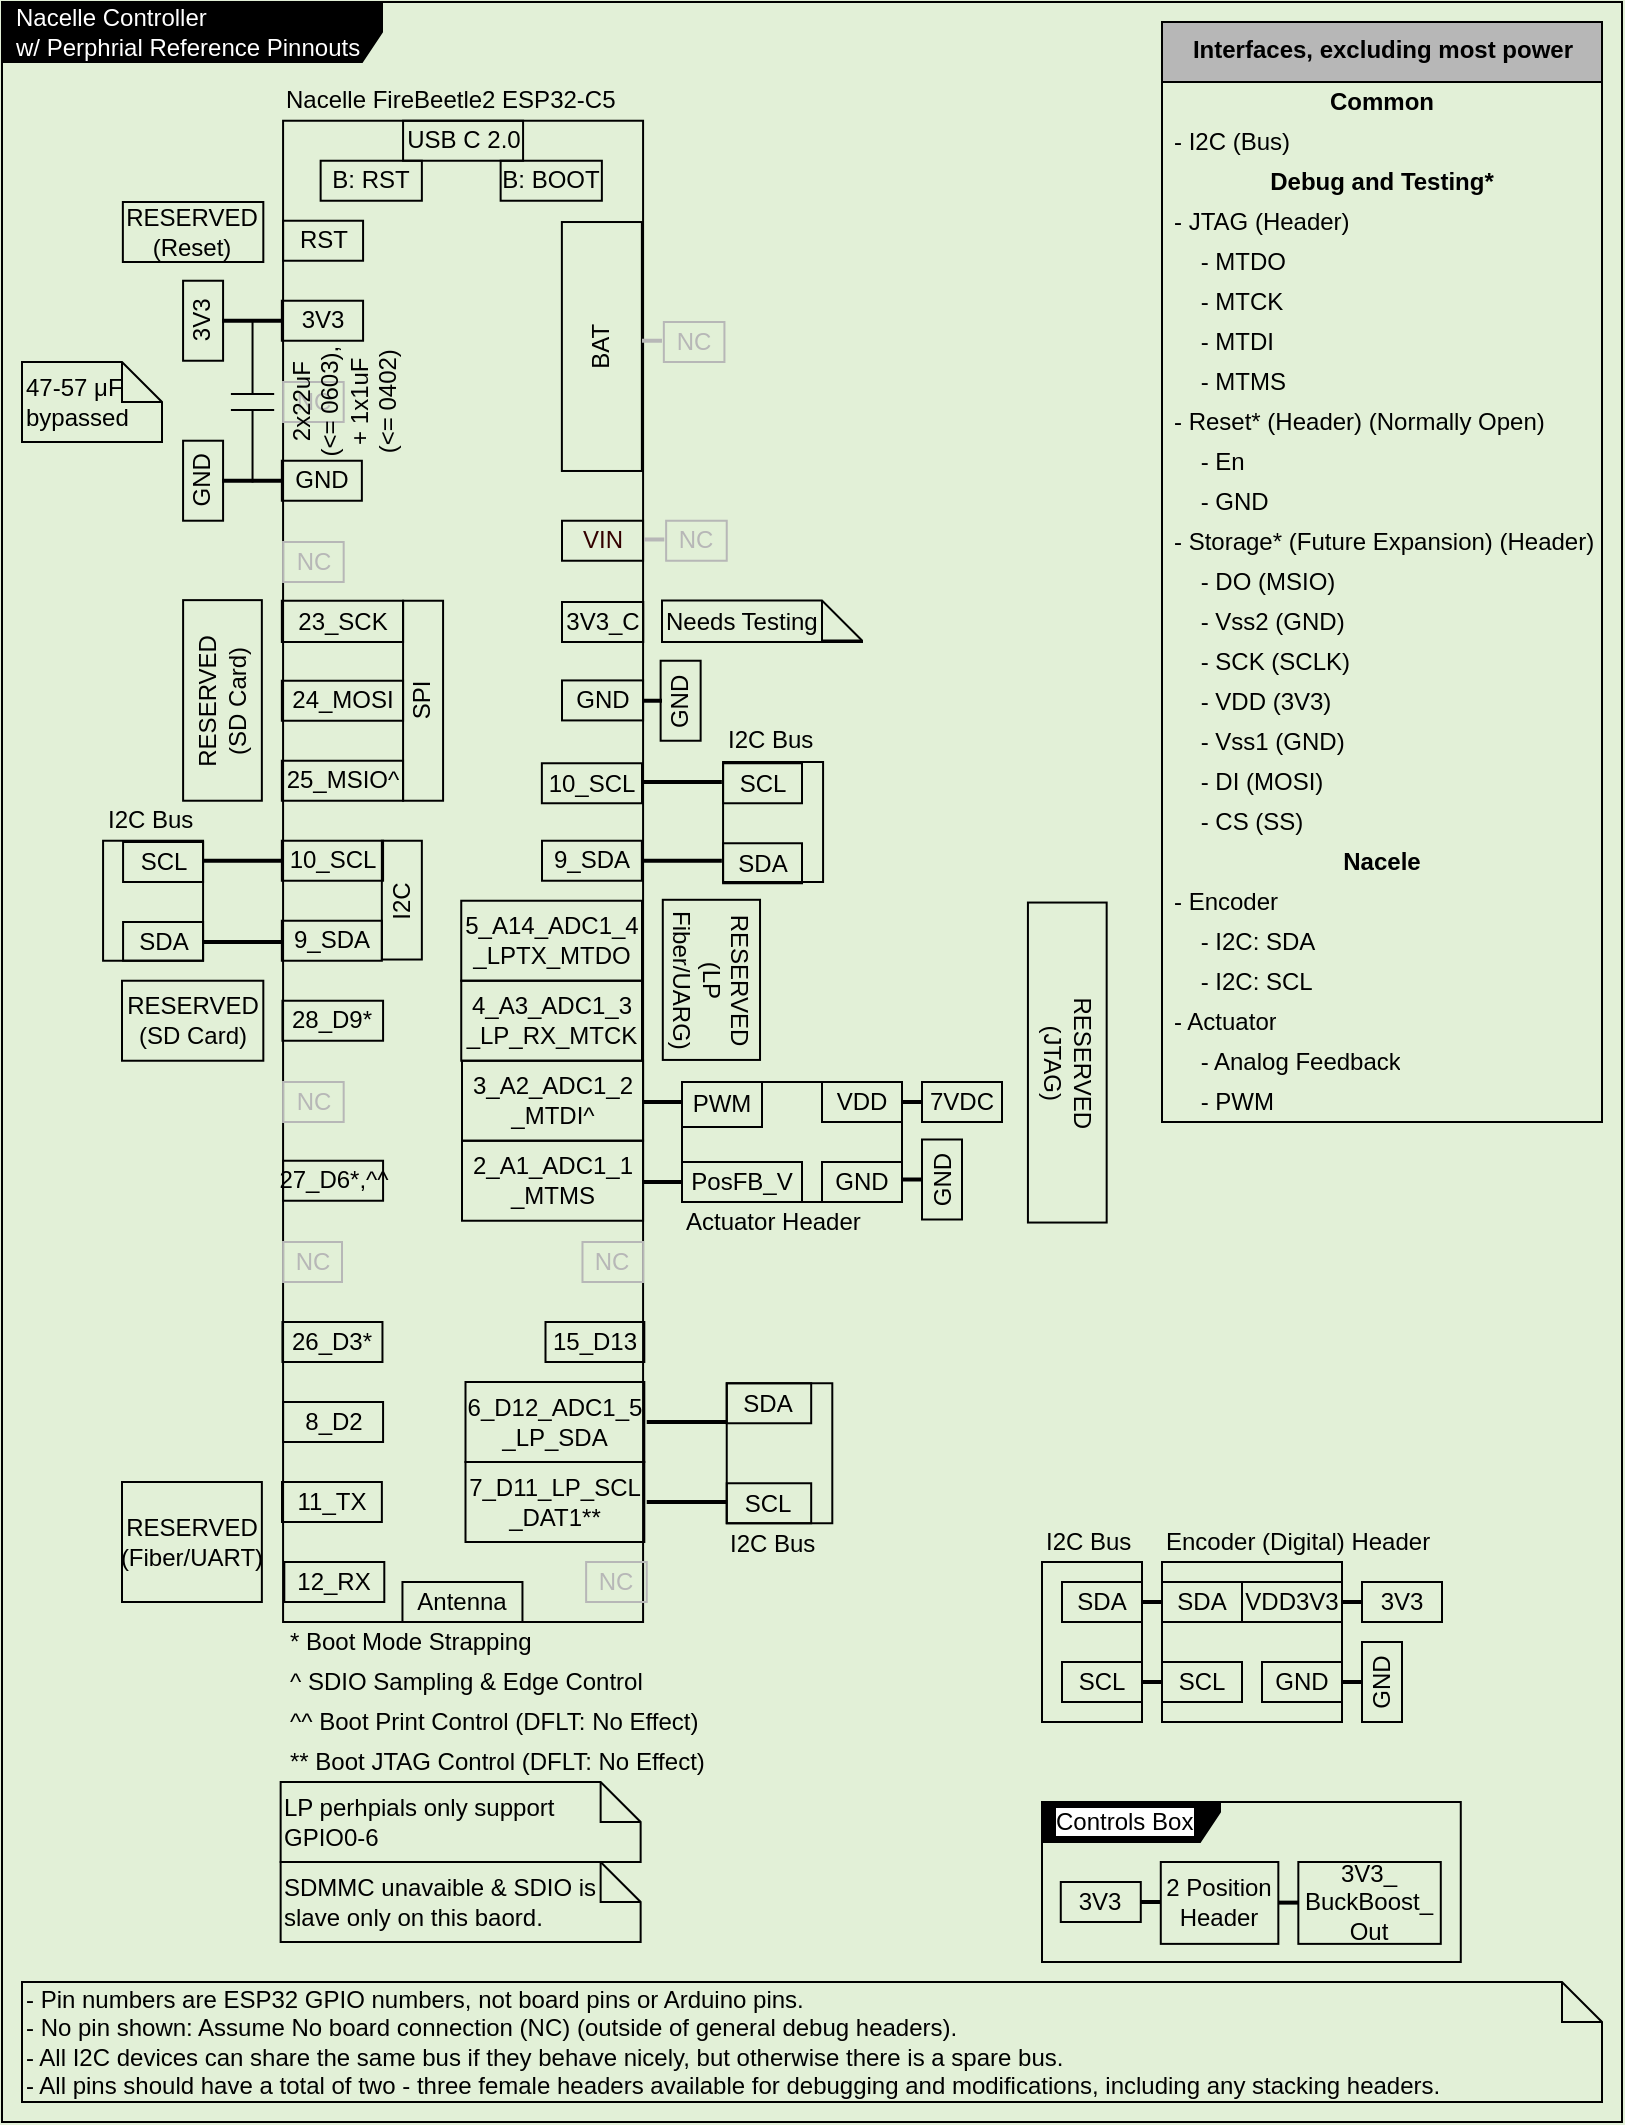
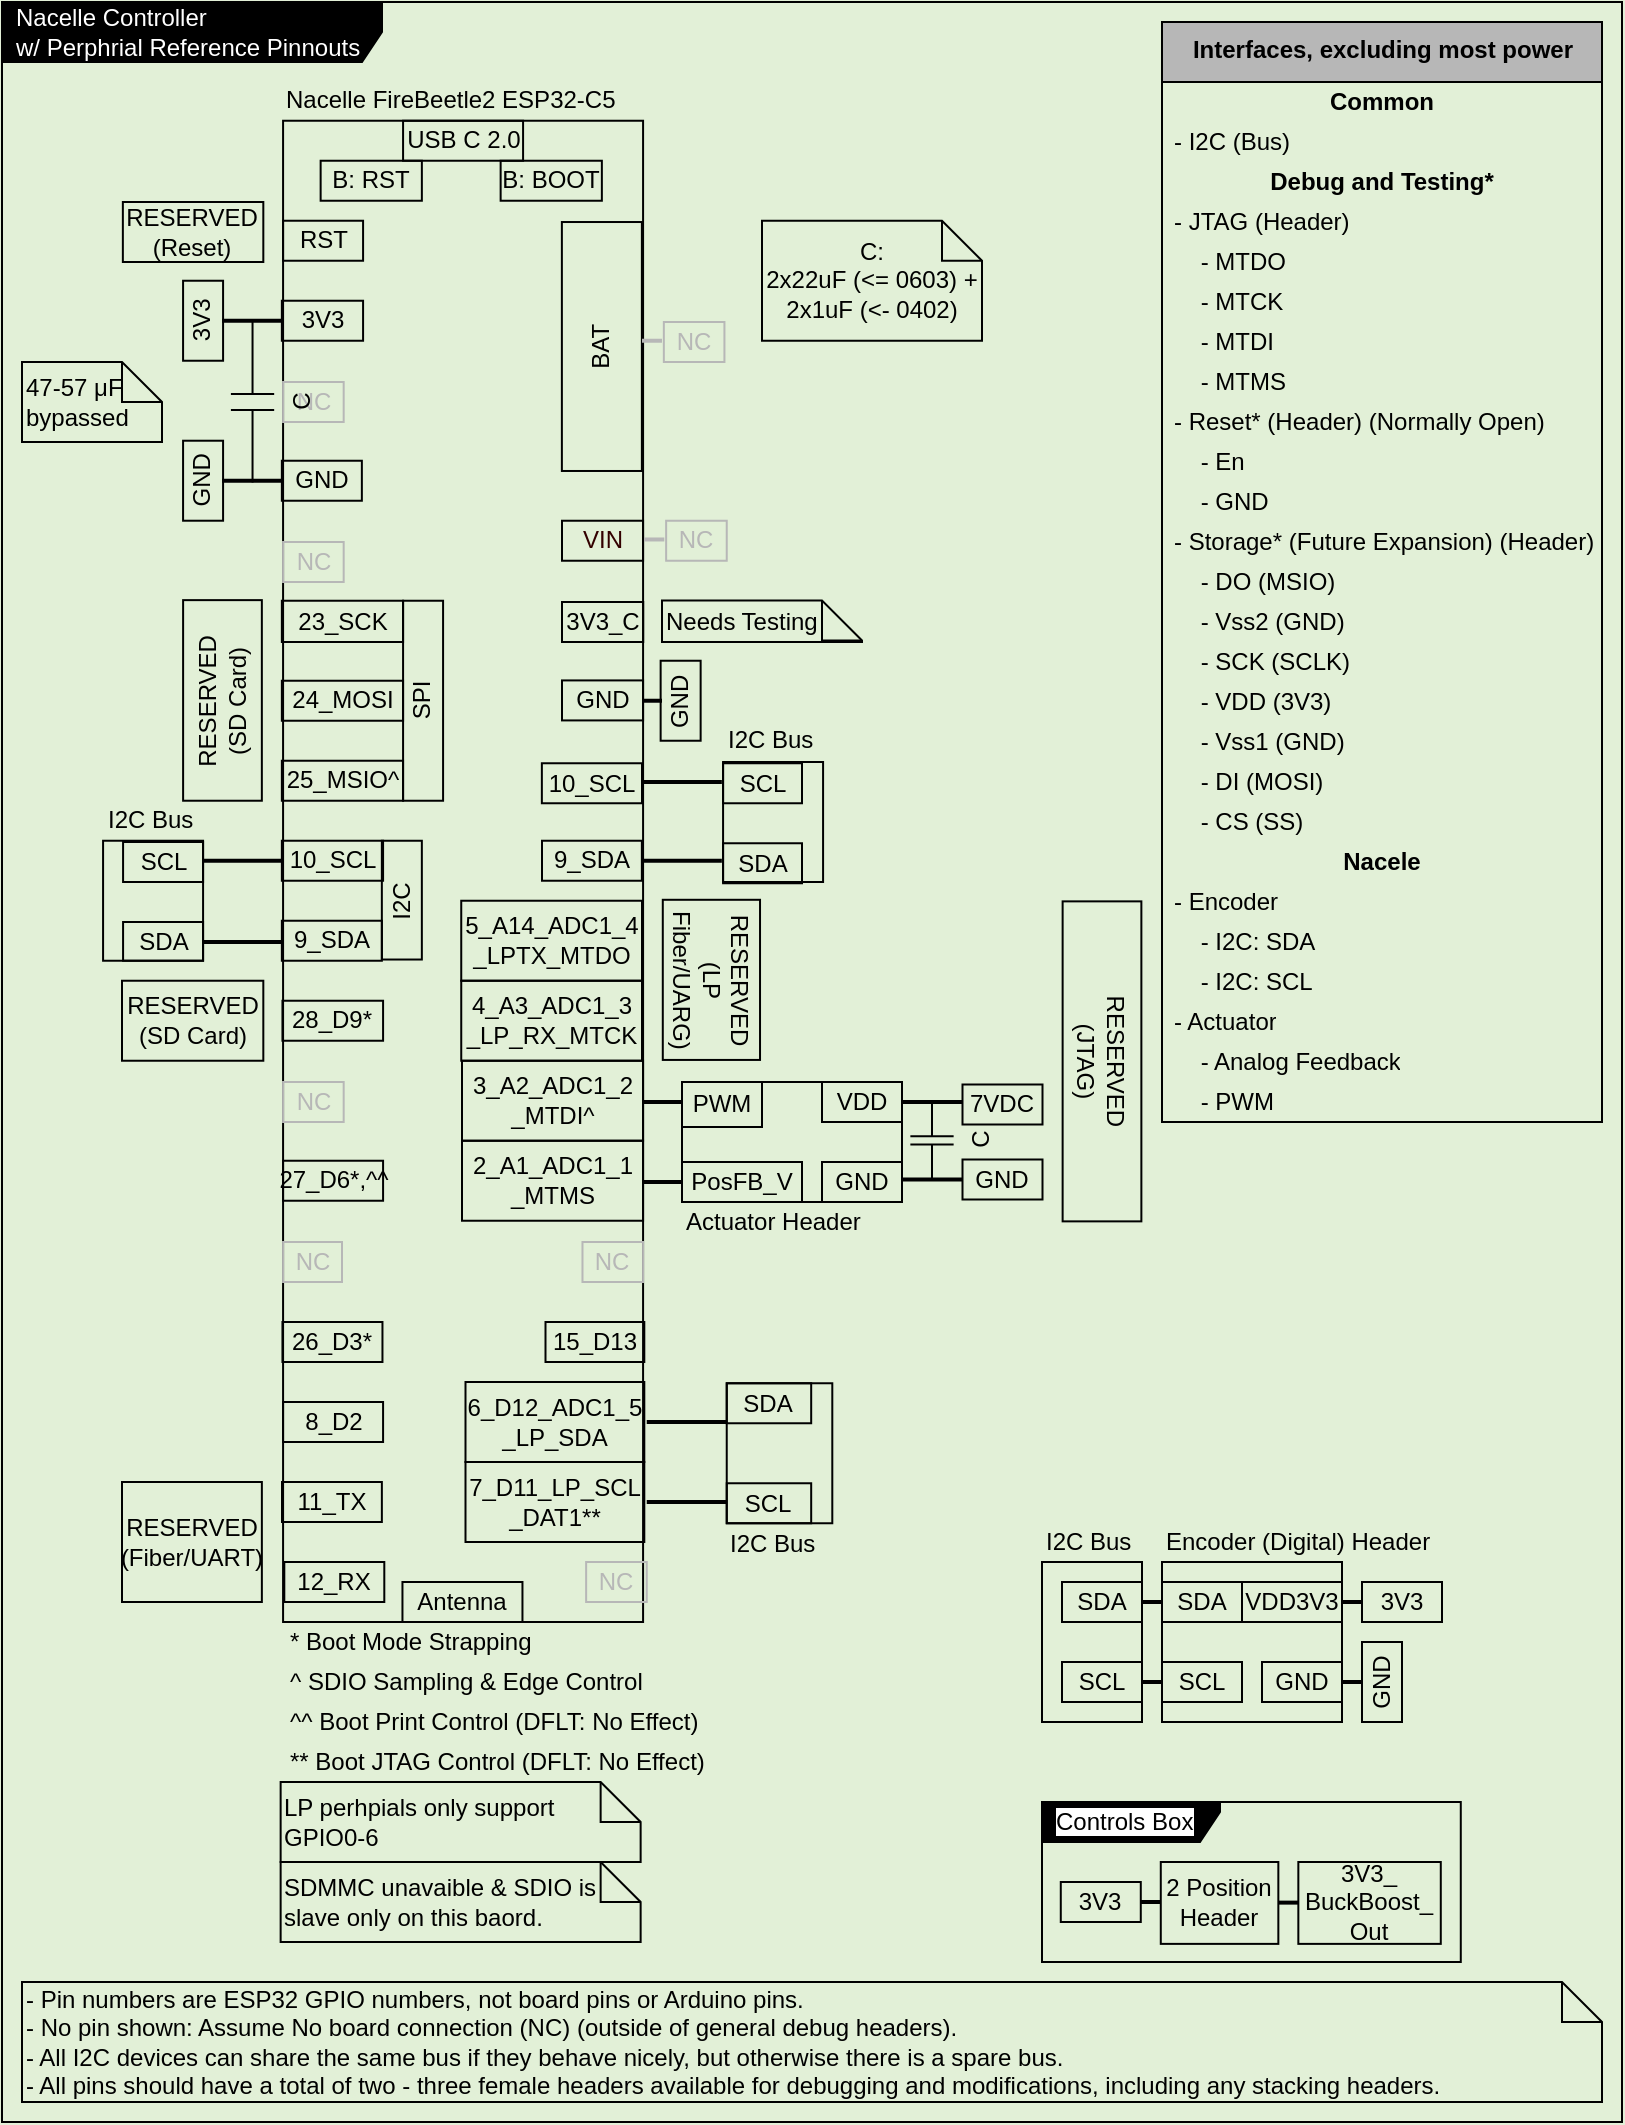
<mxfile host="65bd71144e">
    <diagram id="xW1vHMj48wwB0oUlumkL" name="Page-1">
-         <mxGraphModel dx="369" dy="301" grid="1" gridSize="10" guides="1" tooltips="1" connect="1" arrows="1" fold="1" page="1" pageScale="1" pageWidth="850" pageHeight="1100" background="#E2F0D7" math="0" shadow="0">
+         <mxGraphModel dx="610" dy="497" grid="1" gridSize="10" guides="1" tooltips="1" connect="1" arrows="1" fold="1" page="1" pageScale="1" pageWidth="850" pageHeight="1100" background="#E2F0D7" math="0" shadow="0">
            <root>
                <mxCell id="0"/>
                <mxCell id="1" parent="0"/>
                <mxCell id="521" value="&lt;font color=&quot;#ffffff&quot;&gt;Nacelle Controller&lt;br&gt;w/ Perphrial Reference Pinnouts&lt;/font&gt;" style="shape=umlFrame;whiteSpace=wrap;html=1;width=190;height=30;boundedLbl=1;verticalAlign=middle;align=left;spacingLeft=5;fontColor=#000000;strokeColor=#000000;fillColor=#000000;gradientColor=#000000;fillStyle=solid;movable=1;resizable=1;rotatable=1;deletable=1;editable=1;connectable=1;" parent="1" vertex="1">
                    <mxGeometry x="20" y="20" width="810" height="1060" as="geometry"/>
                </mxCell>
                <mxCell id="40" value="&lt;span style=&quot;color: rgba(0, 0, 0, 0); font-family: monospace; font-size: 0px; text-align: start;&quot;&gt;%3CmxGraphModel%3E%3Croot%3E%3CmxCell%20id%3D%220%22%2F%3E%3CmxCell%20id%3D%221%22%20parent%3D%220%22%2F%3E%3CmxCell%20id%3D%222%22%20value%3D%22Common%22%20style%3D%22text%3Bhtml%3D1%3BstrokeColor%3Dnone%3BfillColor%3Dnone%3Balign%3Dcenter%3BverticalAlign%3Dmiddle%3BspacingLeft%3D4%3BspacingRight%3D4%3Boverflow%3Dhidden%3Brotatable%3D0%3Bpoints%3D%5B%5B0%2C0.5%5D%2C%5B1%2C0.5%5D%5D%3BportConstraint%3Deastwest%3BfontColor%3D%23000000%3B%22%20vertex%3D%221%22%20parent%3D%221%22%3E%3CmxGeometry%20x%3D%22530%22%20y%3D%2280%22%20width%3D%22272.5%22%20height%3D%2220%22%20as%3D%22geometry%22%2F%3E%3C%2FmxCell%3E%3C%2Froot%3E%3C%2FmxGraphModel%3E&lt;/span&gt;" style="rounded=0;whiteSpace=wrap;html=1;fillColor=none;strokeColor=#000000;fontColor=#000000;" parent="1" vertex="1">
                    <mxGeometry x="160.54" y="79.37" width="180" height="750.63" as="geometry"/>
                </mxCell>
                <mxCell id="147" value="3V3" style="text;html=1;strokeColor=#000000;fillColor=none;align=center;verticalAlign=middle;whiteSpace=wrap;rounded=0;fontColor=#000000;rotation=-90;" parent="1" vertex="1">
                    <mxGeometry x="100.53999999999999" y="169.37" width="40" height="20" as="geometry"/>
                </mxCell>
                <mxCell id="41" value="RST" style="text;html=1;strokeColor=#000000;fillColor=none;align=center;verticalAlign=middle;whiteSpace=wrap;rounded=0;fontColor=#000000;" parent="1" vertex="1">
                    <mxGeometry x="160.54" y="129.37" width="40" height="20" as="geometry"/>
                </mxCell>
                <mxCell id="45" value="Nacelle FireBeetle2 ESP32-C5" style="text;html=1;strokeColor=none;fillColor=none;align=left;verticalAlign=middle;whiteSpace=wrap;rounded=0;fontColor=#000000;" parent="1" vertex="1">
                    <mxGeometry x="159.92999999999998" y="59.37" width="180.61" height="20" as="geometry"/>
                </mxCell>
                <mxCell id="46" value="3V3" style="text;html=1;strokeColor=#000000;fillColor=none;align=center;verticalAlign=middle;whiteSpace=wrap;rounded=0;fontColor=#000000;" parent="1" vertex="1">
                    <mxGeometry x="159.92999999999998" y="169.37" width="40.61" height="20" as="geometry"/>
                </mxCell>
                <mxCell id="50" value="GND" style="text;html=1;strokeColor=#000000;fillColor=none;align=center;verticalAlign=middle;whiteSpace=wrap;rounded=0;fontColor=#000000;" parent="1" vertex="1">
                    <mxGeometry x="159.92999999999998" y="249.37" width="40" height="20" as="geometry"/>
                </mxCell>
                <mxCell id="62" value="23_SCK" style="text;html=1;strokeColor=#000000;fillColor=none;align=center;verticalAlign=middle;whiteSpace=wrap;rounded=0;fontColor=#000000;" parent="1" vertex="1">
                    <mxGeometry x="159.92999999999998" y="319.37" width="60.61" height="20.63" as="geometry"/>
                </mxCell>
                <mxCell id="64" value="24_MOSI" style="text;html=1;strokeColor=#000000;fillColor=none;align=center;verticalAlign=middle;whiteSpace=wrap;rounded=0;fontColor=#000000;" parent="1" vertex="1">
                    <mxGeometry x="159.92999999999998" y="359.37" width="60.61" height="20" as="geometry"/>
                </mxCell>
                <mxCell id="66" value="25_MSIO^" style="text;html=1;strokeColor=#000000;fillColor=none;align=center;verticalAlign=middle;whiteSpace=wrap;rounded=0;fontColor=#000000;" parent="1" vertex="1">
                    <mxGeometry x="159.92999999999998" y="399.37" width="60.61" height="20" as="geometry"/>
                </mxCell>
                <mxCell id="69" value="10_SCL" style="text;html=1;strokeColor=#000000;fillColor=none;align=center;verticalAlign=middle;whiteSpace=wrap;rounded=0;fontColor=#000000;" parent="1" vertex="1">
                    <mxGeometry x="289.93" y="400.63" width="50.07" height="20" as="geometry"/>
                </mxCell>
                <mxCell id="71" value="9_SDA" style="text;html=1;strokeColor=#000000;fillColor=none;align=center;verticalAlign=middle;whiteSpace=wrap;rounded=0;fontColor=#000000;" parent="1" vertex="1">
                    <mxGeometry x="290" y="439.37" width="49.93" height="20" as="geometry"/>
                </mxCell>
                <mxCell id="73" value="5_A14_ADC1_4&lt;br&gt;_LPTX_MTDO" style="text;html=1;strokeColor=#000000;fillColor=none;align=center;verticalAlign=middle;whiteSpace=wrap;rounded=0;fontColor=#000000;" parent="1" vertex="1">
                    <mxGeometry x="249.62" y="469.37" width="90.38" height="40" as="geometry"/>
                </mxCell>
                <mxCell id="107" value="10_SCL" style="text;html=1;strokeColor=#000000;fillColor=none;align=center;verticalAlign=middle;whiteSpace=wrap;rounded=0;fontColor=#000000;" parent="1" vertex="1">
                    <mxGeometry x="159.92999999999998" y="439.37" width="50.61" height="20" as="geometry"/>
                </mxCell>
                <mxCell id="110" value="4_A3_ADC1_3&lt;br&gt;_LP_RX_MTCK" style="text;html=1;strokeColor=#000000;fillColor=none;align=center;verticalAlign=middle;whiteSpace=wrap;rounded=0;fontColor=#000000;" parent="1" vertex="1">
                    <mxGeometry x="249.62" y="509.37" width="90.38" height="40" as="geometry"/>
                </mxCell>
                <mxCell id="111" value="9_SDA" style="text;html=1;strokeColor=#000000;fillColor=none;align=center;verticalAlign=middle;whiteSpace=wrap;rounded=0;fontColor=#000000;" parent="1" vertex="1">
                    <mxGeometry x="159.92999999999998" y="479.37" width="50" height="20" as="geometry"/>
                </mxCell>
                <mxCell id="112" value="" style="line;strokeWidth=2;html=1;strokeColor=#000000;fontColor=#000000;" parent="1" vertex="1">
                    <mxGeometry x="130" y="174.37" width="29.93" height="10" as="geometry"/>
                </mxCell>
                <mxCell id="113" value="28_D9*" style="text;html=1;strokeColor=#000000;fillColor=none;align=center;verticalAlign=middle;whiteSpace=wrap;rounded=0;fontColor=#000000;" parent="1" vertex="1">
                    <mxGeometry x="160.23" y="519.37" width="50.31" height="20" as="geometry"/>
                </mxCell>
                <mxCell id="115" value="VIN" style="text;html=1;strokeColor=#000000;fillColor=none;align=center;verticalAlign=middle;whiteSpace=wrap;rounded=0;fontColor=#330000;" parent="1" vertex="1">
                    <mxGeometry x="300" y="279.37" width="40.54" height="20" as="geometry"/>
                </mxCell>
                <mxCell id="118" value="2_A1_ADC1_1&lt;br&gt;_MTMS" style="text;html=1;strokeColor=#000000;fillColor=none;align=center;verticalAlign=middle;whiteSpace=wrap;rounded=0;fontColor=#000000;" parent="1" vertex="1">
                    <mxGeometry x="250" y="589.37" width="90.54" height="40" as="geometry"/>
                </mxCell>
                <mxCell id="123" value="27_D6*,^^" style="text;html=1;strokeColor=#000000;fillColor=none;align=center;verticalAlign=middle;whiteSpace=wrap;rounded=0;fontColor=#000000;" parent="1" vertex="1">
                    <mxGeometry x="160.54" y="599.37" width="50" height="20" as="geometry"/>
                </mxCell>
                <mxCell id="131" value="USB C 2.0" style="text;html=1;strokeColor=#000000;fillColor=none;align=center;verticalAlign=middle;whiteSpace=wrap;rounded=0;fontColor=#000000;" parent="1" vertex="1">
                    <mxGeometry x="220.54" y="79.37" width="60" height="20" as="geometry"/>
                </mxCell>
                <mxCell id="177" value="3_A2_ADC1_2&lt;br&gt;_MTDI^" style="text;html=1;strokeColor=#000000;fillColor=none;align=center;verticalAlign=middle;whiteSpace=wrap;rounded=0;fontColor=#000000;" parent="1" vertex="1">
                    <mxGeometry x="250" y="549.37" width="90.54" height="40" as="geometry"/>
                </mxCell>
                <mxCell id="297" value="&lt;font style=&quot;color: light-dark(rgb(0, 0, 0), rgb(255, 255, 255));&quot;&gt;&lt;b style=&quot;&quot;&gt;Interfaces, excluding most power&lt;/b&gt;&lt;/font&gt;" style="swimlane;fontStyle=0;align=center;verticalAlign=top;childLayout=stackLayout;horizontal=1;startSize=30;horizontalStack=0;resizeParent=1;resizeParentMax=0;resizeLast=0;collapsible=0;marginBottom=0;html=1;fontColor=#000000;strokeColor=#000000;fillColor=#b7b7b7;" parent="1" vertex="1">
                    <mxGeometry x="600" y="30" width="220" height="550" as="geometry"/>
                </mxCell>
                <mxCell id="298" value="&lt;b&gt;&lt;font style=&quot;color: light-dark(rgb(0, 0, 0), rgb(255, 255, 255));&quot;&gt;Common&lt;/font&gt;&lt;/b&gt;" style="text;html=1;strokeColor=none;fillColor=none;align=center;verticalAlign=middle;spacingLeft=4;spacingRight=4;overflow=hidden;rotatable=0;points=[[0,0.5],[1,0.5]];portConstraint=eastwest;fontColor=#000000;" parent="297" vertex="1">
                    <mxGeometry y="30" width="220" height="20" as="geometry"/>
                </mxCell>
                <mxCell id="299" value="- I2C (Bus)" style="text;html=1;align=left;verticalAlign=middle;spacingLeft=4;spacingRight=4;overflow=hidden;rotatable=0;points=[[0,0.5],[1,0.5]];portConstraint=eastwest;fontColor=#000000;strokeColor=none;" parent="297" vertex="1">
                    <mxGeometry y="50" width="220" height="20" as="geometry"/>
                </mxCell>
                <mxCell id="302" value="&lt;b&gt;&lt;font style=&quot;color: light-dark(rgb(0, 0, 0), rgb(255, 255, 255));&quot;&gt;Debug and Testing*&lt;/font&gt;&lt;/b&gt;" style="text;html=1;strokeColor=none;fillColor=none;align=center;verticalAlign=middle;spacingLeft=4;spacingRight=4;overflow=hidden;rotatable=0;points=[[0,0.5],[1,0.5]];portConstraint=eastwest;fontColor=#000000;" parent="297" vertex="1">
                    <mxGeometry y="70" width="220" height="20" as="geometry"/>
                </mxCell>
                <mxCell id="309" value="- JTAG (Header)" style="text;html=1;align=left;verticalAlign=middle;spacingLeft=4;spacingRight=4;overflow=hidden;rotatable=0;points=[[0,0.5],[1,0.5]];portConstraint=eastwest;fontColor=#000000;strokeColor=none;" parent="297" vertex="1">
                    <mxGeometry y="90" width="220" height="20" as="geometry"/>
                </mxCell>
                <mxCell id="313" value="&amp;nbsp; &amp;nbsp; - MTDO" style="text;html=1;align=left;verticalAlign=middle;spacingLeft=4;spacingRight=4;overflow=hidden;rotatable=0;points=[[0,0.5],[1,0.5]];portConstraint=eastwest;fontColor=#000000;strokeColor=none;" parent="297" vertex="1">
                    <mxGeometry y="110" width="220" height="20" as="geometry"/>
                </mxCell>
                <mxCell id="314" value="&amp;nbsp; &amp;nbsp; - MTCK" style="text;html=1;align=left;verticalAlign=middle;spacingLeft=4;spacingRight=4;overflow=hidden;rotatable=0;points=[[0,0.5],[1,0.5]];portConstraint=eastwest;fontColor=#000000;strokeColor=none;" parent="297" vertex="1">
                    <mxGeometry y="130" width="220" height="20" as="geometry"/>
                </mxCell>
                <mxCell id="315" value="&amp;nbsp; &amp;nbsp; - MTDI" style="text;html=1;align=left;verticalAlign=middle;spacingLeft=4;spacingRight=4;overflow=hidden;rotatable=0;points=[[0,0.5],[1,0.5]];portConstraint=eastwest;fontColor=#000000;strokeColor=none;" parent="297" vertex="1">
                    <mxGeometry y="150" width="220" height="20" as="geometry"/>
                </mxCell>
                <mxCell id="310" value="&amp;nbsp; &amp;nbsp; - MTMS" style="text;html=1;align=left;verticalAlign=middle;spacingLeft=4;spacingRight=4;overflow=hidden;rotatable=0;points=[[0,0.5],[1,0.5]];portConstraint=eastwest;fontColor=#000000;strokeColor=none;" parent="297" vertex="1">
                    <mxGeometry y="170" width="220" height="20" as="geometry"/>
                </mxCell>
                <mxCell id="303" value="- Reset* (Header) (Normally Open)" style="text;html=1;align=left;verticalAlign=middle;spacingLeft=4;spacingRight=4;overflow=hidden;rotatable=0;points=[[0,0.5],[1,0.5]];portConstraint=eastwest;fontColor=#000000;strokeColor=none;" parent="297" vertex="1">
                    <mxGeometry y="190" width="220" height="20" as="geometry"/>
                </mxCell>
                <mxCell id="304" value="&amp;nbsp; &amp;nbsp; - En" style="text;html=1;align=left;verticalAlign=middle;spacingLeft=4;spacingRight=4;overflow=hidden;rotatable=0;points=[[0,0.5],[1,0.5]];portConstraint=eastwest;fontColor=#000000;strokeColor=none;" parent="297" vertex="1">
                    <mxGeometry y="210" width="220" height="20" as="geometry"/>
                </mxCell>
                <mxCell id="305" value="&amp;nbsp; &amp;nbsp; - GND" style="text;html=1;align=left;verticalAlign=middle;spacingLeft=4;spacingRight=4;overflow=hidden;rotatable=0;points=[[0,0.5],[1,0.5]];portConstraint=eastwest;fontColor=#000000;strokeColor=none;" parent="297" vertex="1">
                    <mxGeometry y="230" width="220" height="20" as="geometry"/>
                </mxCell>
                <mxCell id="316" value="- Storage* (Future Expansion) (Header)" style="text;html=1;align=left;verticalAlign=middle;spacingLeft=4;spacingRight=4;overflow=hidden;rotatable=0;points=[[0,0.5],[1,0.5]];portConstraint=eastwest;fontColor=#000000;strokeColor=none;" parent="297" vertex="1">
                    <mxGeometry y="250" width="220" height="20" as="geometry"/>
                </mxCell>
                <mxCell id="317" value="&lt;font style=&quot;&quot;&gt;&lt;font style=&quot;color: light-dark(rgb(0, 0, 0), rgb(255, 255, 255));&quot;&gt;&amp;nbsp; &amp;nbsp; -&amp;nbsp;&lt;/font&gt;&lt;span style=&quot;text-align: center;&quot;&gt;&lt;font style=&quot;color: light-dark(rgb(0, 0, 0), rgb(255, 255, 255));&quot;&gt;DO (MSIO)&lt;/font&gt;&lt;/span&gt;&lt;/font&gt;" style="text;html=1;align=left;verticalAlign=middle;spacingLeft=4;spacingRight=4;overflow=hidden;rotatable=0;points=[[0,0.5],[1,0.5]];portConstraint=eastwest;fontColor=#000000;strokeColor=none;" parent="297" vertex="1">
                    <mxGeometry y="270" width="220" height="20" as="geometry"/>
                </mxCell>
                <mxCell id="318" value="&amp;nbsp; &amp;nbsp; - Vss2 (GND)" style="text;html=1;align=left;verticalAlign=middle;spacingLeft=4;spacingRight=4;overflow=hidden;rotatable=0;points=[[0,0.5],[1,0.5]];portConstraint=eastwest;fontColor=#000000;strokeColor=none;" parent="297" vertex="1">
                    <mxGeometry y="290" width="220" height="20" as="geometry"/>
                </mxCell>
                <mxCell id="319" value="&lt;font style=&quot;&quot;&gt;&lt;font style=&quot;color: light-dark(rgb(0, 0, 0), rgb(255, 255, 255));&quot;&gt;&amp;nbsp; &amp;nbsp; -&amp;nbsp;&lt;/font&gt;&lt;span style=&quot;text-align: center;&quot;&gt;&lt;font style=&quot;color: light-dark(rgb(0, 0, 0), rgb(255, 255, 255));&quot;&gt;SCK (SCLK)&lt;/font&gt;&lt;/span&gt;&lt;/font&gt;" style="text;html=1;align=left;verticalAlign=middle;spacingLeft=4;spacingRight=4;overflow=hidden;rotatable=0;points=[[0,0.5],[1,0.5]];portConstraint=eastwest;fontColor=#000000;strokeColor=none;" parent="297" vertex="1">
                    <mxGeometry y="310" width="220" height="20" as="geometry"/>
                </mxCell>
                <mxCell id="320" value="&amp;nbsp; &amp;nbsp; - VDD (3V3)" style="text;html=1;align=left;verticalAlign=middle;spacingLeft=4;spacingRight=4;overflow=hidden;rotatable=0;points=[[0,0.5],[1,0.5]];portConstraint=eastwest;fontColor=#000000;strokeColor=none;" parent="297" vertex="1">
                    <mxGeometry y="330" width="220" height="20" as="geometry"/>
                </mxCell>
                <mxCell id="321" value="&amp;nbsp; &amp;nbsp; - Vss1 (GND)" style="text;html=1;align=left;verticalAlign=middle;spacingLeft=4;spacingRight=4;overflow=hidden;rotatable=0;points=[[0,0.5],[1,0.5]];portConstraint=eastwest;fontColor=#000000;strokeColor=none;" parent="297" vertex="1">
                    <mxGeometry y="350" width="220" height="20" as="geometry"/>
                </mxCell>
                <mxCell id="322" value="&lt;font style=&quot;&quot;&gt;&lt;font style=&quot;color: light-dark(rgb(0, 0, 0), rgb(255, 255, 255));&quot;&gt;&amp;nbsp; &amp;nbsp; -&amp;nbsp;&lt;/font&gt;&lt;span style=&quot;text-align: center;&quot;&gt;&lt;font style=&quot;color: light-dark(rgb(0, 0, 0), rgb(255, 255, 255));&quot;&gt;DI (MOSI)&lt;/font&gt;&lt;/span&gt;&lt;/font&gt;" style="text;html=1;align=left;verticalAlign=middle;spacingLeft=4;spacingRight=4;overflow=hidden;rotatable=0;points=[[0,0.5],[1,0.5]];portConstraint=eastwest;fontColor=#000000;strokeColor=none;" parent="297" vertex="1">
                    <mxGeometry y="370" width="220" height="20" as="geometry"/>
                </mxCell>
                <mxCell id="323" value="&amp;nbsp; &amp;nbsp; - CS (SS)" style="text;html=1;align=left;verticalAlign=middle;spacingLeft=4;spacingRight=4;overflow=hidden;rotatable=0;points=[[0,0.5],[1,0.5]];portConstraint=eastwest;fontColor=#000000;strokeColor=none;" parent="297" vertex="1">
                    <mxGeometry y="390" width="220" height="20" as="geometry"/>
                </mxCell>
                <mxCell id="509" value="&lt;b&gt;&lt;font style=&quot;color: light-dark(rgb(0, 0, 0), rgb(255, 255, 255));&quot;&gt;Nacele&lt;/font&gt;&lt;/b&gt;" style="text;html=1;strokeColor=none;fillColor=none;align=center;verticalAlign=middle;spacingLeft=4;spacingRight=4;overflow=hidden;rotatable=0;points=[[0,0.5],[1,0.5]];portConstraint=eastwest;fontColor=#000000;" parent="297" vertex="1">
                    <mxGeometry y="410" width="220" height="20" as="geometry"/>
                </mxCell>
                <mxCell id="510" value="- Encoder&lt;span style=&quot;color: rgba(0, 0, 0, 0); font-family: monospace; font-size: 0px;&quot;&gt;%3CmxGraphModel%3E%3Croot%3E%3CmxCell%20id%3D%220%22%2F%3E%3CmxCell%20id%3D%221%22%20parent%3D%220%22%2F%3E%3CmxCell%20id%3D%222%22%20value%3D%22%26amp%3Bnbsp%3B%20%26amp%3Bnbsp%3B%20-%20CS%20(SS)%22%20style%3D%22text%3Bhtml%3D1%3Balign%3Dleft%3BverticalAlign%3Dmiddle%3BspacingLeft%3D4%3BspacingRight%3D4%3Boverflow%3Dhidden%3Brotatable%3D0%3Bpoints%3D%5B%5B0%2C0.5%5D%2C%5B1%2C0.5%5D%5D%3BportConstraint%3Deastwest%3BfontColor%3D%23000000%3BstrokeColor%3Dnone%3B%22%20vertex%3D%221%22%20parent%3D%221%22%3E%3CmxGeometry%20x%3D%22610%22%20y%3D%22575%22%20width%3D%22220%22%20height%3D%2220%22%20as%3D%22geometry%22%2F%3E%3C%2FmxCell%3E%3C%2Froot%3E%3C%2FmxGraphModel%3E&lt;/span&gt;" style="text;html=1;align=left;verticalAlign=middle;spacingLeft=4;spacingRight=4;overflow=hidden;rotatable=0;points=[[0,0.5],[1,0.5]];portConstraint=eastwest;fontColor=#000000;strokeColor=none;" parent="297" vertex="1">
                    <mxGeometry y="430" width="220" height="20" as="geometry"/>
                </mxCell>
                <mxCell id="617" value="&amp;nbsp; &amp;nbsp; - I2C: SDA" style="text;html=1;align=left;verticalAlign=middle;spacingLeft=4;spacingRight=4;overflow=hidden;rotatable=0;points=[[0,0.5],[1,0.5]];portConstraint=eastwest;fontColor=#000000;strokeColor=none;" parent="297" vertex="1">
                    <mxGeometry y="450" width="220" height="20" as="geometry"/>
                </mxCell>
                <mxCell id="618" value="&amp;nbsp; &amp;nbsp; - I2C: SCL" style="text;html=1;align=left;verticalAlign=middle;spacingLeft=4;spacingRight=4;overflow=hidden;rotatable=0;points=[[0,0.5],[1,0.5]];portConstraint=eastwest;fontColor=#000000;strokeColor=none;" parent="297" vertex="1">
                    <mxGeometry y="470" width="220" height="20" as="geometry"/>
                </mxCell>
                <mxCell id="515" value="- Actuator&lt;span style=&quot;color: rgba(0, 0, 0, 0); font-family: monospace; font-size: 0px;&quot;&gt;%3CmxGraphModel%3E%3Croot%3E%3CmxCell%20id%3D%220%22%2F%3E%3CmxCell%20id%3D%221%22%20parent%3D%220%22%2F%3E%3CmxCell%20id%3D%222%22%20value%3D%22%26amp%3Bnbsp%3B%20%26amp%3Bnbsp%3B%20-%20CS%20(SS)%22%20style%3D%22text%3Bhtml%3D1%3Balign%3Dleft%3BverticalAlign%3Dmiddle%3BspacingLeft%3D4%3BspacingRight%3D4%3Boverflow%3Dhidden%3Brotatable%3D0%3Bpoints%3D%5B%5B0%2C0.5%5D%2C%5B1%2C0.5%5D%5D%3BportConstraint%3Deastwest%3BfontColor%3D%23000000%3BstrokeColor%3Dnone%3B%22%20vertex%3D%221%22%20parent%3D%221%22%3E%3CmxGeometry%20x%3D%22610%22%20y%3D%22575%22%20width%3D%22220%22%20height%3D%2220%22%20as%3D%22geometry%22%2F%3E%3C%2FmxCell%3E%3C%2Froot%3E%3C%2FmxGraphModel%3E&lt;/span&gt;" style="text;html=1;align=left;verticalAlign=middle;spacingLeft=4;spacingRight=4;overflow=hidden;rotatable=0;points=[[0,0.5],[1,0.5]];portConstraint=eastwest;fontColor=#000000;strokeColor=none;" parent="297" vertex="1">
                    <mxGeometry y="490" width="220" height="20" as="geometry"/>
                </mxCell>
                <mxCell id="517" value="&amp;nbsp; &amp;nbsp; - Analog Feedback" style="text;html=1;align=left;verticalAlign=middle;spacingLeft=4;spacingRight=4;overflow=hidden;rotatable=0;points=[[0,0.5],[1,0.5]];portConstraint=eastwest;fontColor=#000000;strokeColor=none;" parent="297" vertex="1">
                    <mxGeometry y="510" width="220" height="20" as="geometry"/>
                </mxCell>
                <mxCell id="516" value="&amp;nbsp; &amp;nbsp; - PWM" style="text;html=1;align=left;verticalAlign=middle;spacingLeft=4;spacingRight=4;overflow=hidden;rotatable=0;points=[[0,0.5],[1,0.5]];portConstraint=eastwest;fontColor=#000000;strokeColor=none;" parent="297" vertex="1">
                    <mxGeometry y="530" width="220" height="20" as="geometry"/>
                </mxCell>
                <mxCell id="432" value="* Boot Mode Strapping" style="text;html=1;strokeColor=none;fillColor=none;align=left;verticalAlign=middle;whiteSpace=wrap;rounded=0;fontColor=#000000;" parent="1" vertex="1">
                    <mxGeometry x="161.76" y="830" width="180.61" height="20" as="geometry"/>
                </mxCell>
                <mxCell id="455" value="&lt;div&gt;&lt;font style=&quot;color: light-dark(rgb(0, 0, 0), rgb(255, 255, 255));&quot;&gt;- Pin numbers are ESP32 GPIO numbers, not board pins or Arduino pins.&lt;/font&gt;&lt;/div&gt;- No pin shown: Assume No board connection (NC) (outside of general debug headers).&lt;br&gt;- All I2C devices can share the same bus if they behave nicely, but otherwise there is a spare bus.&lt;div&gt;&lt;font style=&quot;color: light-dark(rgb(0, 0, 0), rgb(255, 255, 255));&quot;&gt;- All pins should have a total of two - three female headers available&amp;nbsp;for debugging and modifications, including any stacking headers.&lt;/font&gt;&lt;/div&gt;" style="shape=note;size=20;whiteSpace=wrap;html=1;strokeColor=#000000;fontColor=#000000;fillColor=none;align=left;" parent="1" vertex="1">
                    <mxGeometry x="30" y="1010" width="790" height="60" as="geometry"/>
                </mxCell>
                <mxCell id="554" value="SDMMC unavaible &amp;amp; SDIO is slave only on this baord." style="shape=note;size=20;whiteSpace=wrap;html=1;strokeColor=#000000;fontColor=#000000;fillColor=none;align=left;" parent="1" vertex="1">
                    <mxGeometry x="159.32" y="950" width="180" height="40" as="geometry"/>
                </mxCell>
                <mxCell id="703" value="" style="group" parent="1" vertex="1" connectable="0">
                    <mxGeometry x="540" y="780" width="200" height="100" as="geometry"/>
                </mxCell>
                <mxCell id="704" value="Encoder (Digital) Header" style="text;html=1;strokeColor=none;fillColor=none;align=left;verticalAlign=middle;whiteSpace=wrap;rounded=0;fontColor=#000000;container=0;" parent="703" vertex="1">
                    <mxGeometry x="60" width="140" height="20" as="geometry"/>
                </mxCell>
                <mxCell id="705" value="" style="rounded=0;whiteSpace=wrap;html=1;fillColor=none;strokeColor=#000000;fontColor=#000000;container=0;" parent="703" vertex="1">
                    <mxGeometry x="60" y="20" width="90" height="80" as="geometry"/>
                </mxCell>
                <mxCell id="706" value="SDA" style="text;html=1;strokeColor=#000000;fillColor=none;align=center;verticalAlign=middle;whiteSpace=wrap;rounded=0;fontColor=#000000;container=0;" parent="703" vertex="1">
                    <mxGeometry x="60" y="30" width="40" height="20" as="geometry"/>
                </mxCell>
                <mxCell id="707" value="SCL" style="text;html=1;strokeColor=#000000;fillColor=none;align=center;verticalAlign=middle;whiteSpace=wrap;rounded=0;fontColor=#000000;container=0;" parent="703" vertex="1">
                    <mxGeometry x="60" y="70" width="40" height="20" as="geometry"/>
                </mxCell>
                <mxCell id="708" value="VDD3V3" style="text;html=1;strokeColor=#000000;fillColor=none;align=center;verticalAlign=middle;whiteSpace=wrap;rounded=0;fontColor=#000000;container=0;" parent="703" vertex="1">
                    <mxGeometry x="100" y="30" width="50" height="20" as="geometry"/>
                </mxCell>
                <mxCell id="709" value="GND" style="text;html=1;strokeColor=#000000;fillColor=none;align=center;verticalAlign=middle;whiteSpace=wrap;rounded=0;fontColor=#000000;container=0;" parent="703" vertex="1">
                    <mxGeometry x="110" y="70" width="40" height="20" as="geometry"/>
                </mxCell>
                <mxCell id="710" value="GND" style="text;html=1;strokeColor=#000000;fillColor=none;align=center;verticalAlign=middle;whiteSpace=wrap;rounded=0;fontColor=#000000;container=0;rotation=-90;" parent="703" vertex="1">
                    <mxGeometry x="150" y="70" width="40" height="20" as="geometry"/>
                </mxCell>
                <mxCell id="711" value="3V3" style="text;html=1;strokeColor=#000000;fillColor=none;align=center;verticalAlign=middle;whiteSpace=wrap;rounded=0;fontColor=#000000;container=0;" parent="703" vertex="1">
                    <mxGeometry x="160" y="30" width="40" height="20" as="geometry"/>
                </mxCell>
                <mxCell id="712" value="" style="line;strokeWidth=2;html=1;strokeColor=#000000;fontColor=#000000;container=0;" parent="703" vertex="1">
                    <mxGeometry x="50" y="35" width="10" height="10" as="geometry"/>
                </mxCell>
                <mxCell id="713" value="" style="line;strokeWidth=2;html=1;strokeColor=#000000;fontColor=#000000;container=0;" parent="703" vertex="1">
                    <mxGeometry x="50" y="75" width="10" height="10" as="geometry"/>
                </mxCell>
                <mxCell id="714" value="" style="line;strokeWidth=2;html=1;strokeColor=#000000;fontColor=#000000;container=0;" parent="703" vertex="1">
                    <mxGeometry x="150" y="35" width="10" height="10" as="geometry"/>
                </mxCell>
                <mxCell id="715" value="" style="line;strokeWidth=2;html=1;strokeColor=#000000;fontColor=#000000;container=0;" parent="703" vertex="1">
                    <mxGeometry x="150" y="75" width="10" height="10" as="geometry"/>
                </mxCell>
                <mxCell id="716" value="I2C Bus" style="text;html=1;strokeColor=none;fillColor=none;align=left;verticalAlign=middle;whiteSpace=wrap;rounded=0;fontColor=#000000;container=0;" parent="703" vertex="1">
                    <mxGeometry width="50" height="20" as="geometry"/>
                </mxCell>
                <mxCell id="717" value="" style="rounded=0;whiteSpace=wrap;html=1;fillColor=none;strokeColor=#000000;fontColor=#000000;container=0;" parent="703" vertex="1">
                    <mxGeometry y="20" width="50" height="80" as="geometry"/>
                </mxCell>
                <mxCell id="718" value="SDA" style="text;html=1;strokeColor=#000000;fillColor=none;align=center;verticalAlign=middle;whiteSpace=wrap;rounded=0;fontColor=#000000;container=0;" parent="703" vertex="1">
                    <mxGeometry x="10" y="30" width="40" height="20" as="geometry"/>
                </mxCell>
                <mxCell id="719" value="SCL" style="text;html=1;strokeColor=#000000;fillColor=none;align=center;verticalAlign=middle;whiteSpace=wrap;rounded=0;fontColor=#000000;container=0;" parent="703" vertex="1">
                    <mxGeometry x="10" y="70" width="40" height="20" as="geometry"/>
                </mxCell>
                <mxCell id="720" value="B: RST" style="text;html=1;strokeColor=#000000;fillColor=none;align=center;verticalAlign=middle;whiteSpace=wrap;rounded=0;fontColor=#000000;" parent="1" vertex="1">
                    <mxGeometry x="179.32" y="99.37" width="50.61" height="20" as="geometry"/>
                </mxCell>
                <mxCell id="721" value="B: BOOT" style="text;html=1;strokeColor=#000000;fillColor=none;align=center;verticalAlign=middle;whiteSpace=wrap;rounded=0;fontColor=#000000;" parent="1" vertex="1">
                    <mxGeometry x="269.32000000000005" y="99.37" width="50.61" height="20" as="geometry"/>
                </mxCell>
                <mxCell id="724" value="BAT" style="text;html=1;strokeColor=#000000;fillColor=none;align=center;verticalAlign=middle;whiteSpace=wrap;rounded=0;fontColor=#000000;rotation=-90;" parent="1" vertex="1">
                    <mxGeometry x="257.7" y="172.25" width="124.48" height="40" as="geometry"/>
                </mxCell>
                <mxCell id="725" value="GND" style="text;html=1;strokeColor=#000000;fillColor=none;align=center;verticalAlign=middle;whiteSpace=wrap;rounded=0;fontColor=#000000;rotation=-90;" parent="1" vertex="1">
                    <mxGeometry x="100.53999999999999" y="249.36" width="40" height="20" as="geometry"/>
                </mxCell>
                <mxCell id="727" value="" style="line;strokeWidth=2;html=1;strokeColor=#000000;fontColor=#000000;" parent="1" vertex="1">
                    <mxGeometry x="130" y="254.37" width="30.54" height="10" as="geometry"/>
                </mxCell>
                <mxCell id="731" value="SPI" style="text;html=1;strokeColor=#000000;fillColor=none;align=center;verticalAlign=middle;whiteSpace=wrap;rounded=0;fontColor=#000000;rotation=-90;" parent="1" vertex="1">
                    <mxGeometry x="180.54" y="359.37" width="100" height="20" as="geometry"/>
                </mxCell>
                <mxCell id="735" value="" style="group" parent="1" vertex="1" connectable="0">
                    <mxGeometry x="70.54" y="409.37" width="90" height="110.63" as="geometry"/>
                </mxCell>
                <mxCell id="505" value="" style="line;strokeWidth=2;html=1;strokeColor=#000000;fontColor=#000000;" parent="735" vertex="1">
                    <mxGeometry x="50" y="35" width="40" height="10" as="geometry"/>
                </mxCell>
                <mxCell id="506" value="" style="line;strokeWidth=2;html=1;strokeColor=#000000;fontColor=#000000;" parent="735" vertex="1">
                    <mxGeometry x="50" y="75.63" width="40" height="10" as="geometry"/>
                </mxCell>
                <mxCell id="590" value="" style="rounded=0;whiteSpace=wrap;html=1;fillColor=none;strokeColor=#000000;fontColor=#000000;container=0;" parent="735" vertex="1">
                    <mxGeometry y="30" width="50" height="60" as="geometry"/>
                </mxCell>
                <mxCell id="592" value="SCL" style="text;html=1;strokeColor=#000000;fillColor=none;align=center;verticalAlign=middle;whiteSpace=wrap;rounded=0;fontColor=#000000;container=0;" parent="735" vertex="1">
                    <mxGeometry x="10" y="30.629999999999995" width="40" height="20" as="geometry"/>
                </mxCell>
                <mxCell id="593" value="SDA" style="text;html=1;strokeColor=#000000;fillColor=none;align=center;verticalAlign=middle;whiteSpace=wrap;rounded=0;fontColor=#000000;container=0;" parent="735" vertex="1">
                    <mxGeometry x="10" y="70.63" width="40" height="19.37" as="geometry"/>
                </mxCell>
                <mxCell id="591" value="I2C Bus" style="text;html=1;strokeColor=none;fillColor=none;align=left;verticalAlign=middle;whiteSpace=wrap;rounded=0;fontColor=#000000;container=0;" parent="735" vertex="1">
                    <mxGeometry y="10" width="50" height="20" as="geometry"/>
                </mxCell>
                <mxCell id="736" value="I2C" style="text;html=1;strokeColor=#000000;fillColor=none;align=center;verticalAlign=middle;whiteSpace=wrap;rounded=0;fontColor=#000000;rotation=-90;" parent="1" vertex="1">
                    <mxGeometry x="190.23" y="459.07" width="59.39" height="20" as="geometry"/>
                </mxCell>
                <mxCell id="737" value="8_D2" style="text;html=1;strokeColor=#000000;fillColor=none;align=center;verticalAlign=middle;whiteSpace=wrap;rounded=0;fontColor=#000000;" parent="1" vertex="1">
                    <mxGeometry x="160.54" y="720" width="50" height="20" as="geometry"/>
                </mxCell>
                <mxCell id="738" value="11_TX" style="text;html=1;strokeColor=#000000;fillColor=none;align=center;verticalAlign=middle;whiteSpace=wrap;rounded=0;fontColor=#000000;" parent="1" vertex="1">
                    <mxGeometry x="160" y="760" width="49.93" height="20" as="geometry"/>
                </mxCell>
                <mxCell id="739" value="12_RX" style="text;html=1;strokeColor=#000000;fillColor=none;align=center;verticalAlign=middle;whiteSpace=wrap;rounded=0;fontColor=#000000;" parent="1" vertex="1">
                    <mxGeometry x="161.15" y="800" width="50" height="20" as="geometry"/>
                </mxCell>
                <mxCell id="741" value="Antenna" style="text;html=1;strokeColor=#000000;fillColor=none;align=center;verticalAlign=middle;whiteSpace=wrap;rounded=0;fontColor=#000000;" parent="1" vertex="1">
                    <mxGeometry x="220.23" y="810" width="60" height="20" as="geometry"/>
                </mxCell>
                <mxCell id="748" value="NC" style="text;html=1;strokeColor=#B7B7B7;fillColor=none;align=center;verticalAlign=middle;whiteSpace=wrap;rounded=0;fontColor=#B7B7B7;" parent="1" vertex="1">
                    <mxGeometry x="160.54" y="210" width="30.3" height="20" as="geometry"/>
                </mxCell>
                <mxCell id="749" value="NC" style="text;html=1;strokeColor=#B7B7B7;fillColor=none;align=center;verticalAlign=middle;whiteSpace=wrap;rounded=0;fontColor=#B7B7B7;" parent="1" vertex="1">
                    <mxGeometry x="160.54" y="290" width="30.3" height="20" as="geometry"/>
                </mxCell>
                <mxCell id="750" value="GND" style="text;html=1;strokeColor=#000000;fillColor=none;align=center;verticalAlign=middle;whiteSpace=wrap;rounded=0;fontColor=#000000;" parent="1" vertex="1">
                    <mxGeometry x="300" y="359.21" width="40.54" height="20" as="geometry"/>
                </mxCell>
                <mxCell id="751" value="GND" style="text;html=1;strokeColor=#000000;fillColor=none;align=center;verticalAlign=middle;whiteSpace=wrap;rounded=0;fontColor=#000000;rotation=-90;" parent="1" vertex="1">
                    <mxGeometry x="339.32" y="359.37000000000006" width="40" height="20" as="geometry"/>
                </mxCell>
                <mxCell id="755" value="" style="line;strokeWidth=2;html=1;strokeColor=#000000;fontColor=#000000;" parent="1" vertex="1">
                    <mxGeometry x="340.54" y="364.37" width="9.46" height="10" as="geometry"/>
                </mxCell>
                <mxCell id="757" value="" style="line;strokeWidth=2;html=1;strokeColor=#000000;fontColor=#000000;" parent="1" vertex="1">
                    <mxGeometry x="339.93" y="405" width="40" height="10" as="geometry"/>
                </mxCell>
                <mxCell id="758" value="" style="line;strokeWidth=2;html=1;strokeColor=#000000;fontColor=#000000;" parent="1" vertex="1">
                    <mxGeometry x="339.93" y="444.37" width="40" height="10" as="geometry"/>
                </mxCell>
                <mxCell id="766" value="NC" style="text;html=1;strokeColor=#B7B7B7;fillColor=none;align=center;verticalAlign=middle;whiteSpace=wrap;rounded=0;fontColor=#B7B7B7;" parent="1" vertex="1">
                    <mxGeometry x="310.24" y="640" width="30.3" height="20" as="geometry"/>
                </mxCell>
                <mxCell id="768" value="15_D13" style="text;html=1;strokeColor=#000000;fillColor=none;align=center;verticalAlign=middle;whiteSpace=wrap;rounded=0;fontColor=#000000;" parent="1" vertex="1">
                    <mxGeometry x="291.75" y="680" width="49.4" height="20" as="geometry"/>
                </mxCell>
                <mxCell id="769" value="6_D12_ADC1_5&lt;br&gt;_LP_SDA" style="text;html=1;strokeColor=#000000;fillColor=none;align=center;verticalAlign=middle;whiteSpace=wrap;rounded=0;fontColor=#000000;" parent="1" vertex="1">
                    <mxGeometry x="251.75" y="710" width="89.4" height="40" as="geometry"/>
                </mxCell>
                <mxCell id="770" value="7_D11_LP_SCL&lt;br&gt;_DAT1**" style="text;html=1;strokeColor=#000000;fillColor=none;align=center;verticalAlign=middle;whiteSpace=wrap;rounded=0;fontColor=#000000;" parent="1" vertex="1">
                    <mxGeometry x="251.75000000000006" y="750" width="89.4" height="40" as="geometry"/>
                </mxCell>
                <mxCell id="771" value="NC" style="text;html=1;strokeColor=#B7B7B7;fillColor=none;align=center;verticalAlign=middle;whiteSpace=wrap;rounded=0;fontColor=#B7B7B7;" parent="1" vertex="1">
                    <mxGeometry x="312.07" y="800" width="30.3" height="20" as="geometry"/>
                </mxCell>
                <mxCell id="796" value="^ SDIO Sampling &amp;amp; Edge Control" style="text;html=1;strokeColor=none;fillColor=none;align=left;verticalAlign=middle;whiteSpace=wrap;rounded=0;fontColor=#000000;" parent="1" vertex="1">
                    <mxGeometry x="162.37" y="850" width="180" height="20" as="geometry"/>
                </mxCell>
                <mxCell id="798" value="^^ Boot Print Control (DFLT: No Effect)" style="text;html=1;strokeColor=none;fillColor=none;align=left;verticalAlign=middle;whiteSpace=wrap;rounded=0;fontColor=#000000;" parent="1" vertex="1">
                    <mxGeometry x="162.37" y="870" width="210" height="20" as="geometry"/>
                </mxCell>
                <mxCell id="799" value="** Boot JTAG Control (DFLT: No Effect)" style="text;html=1;strokeColor=none;fillColor=none;align=left;verticalAlign=middle;whiteSpace=wrap;rounded=0;fontColor=#000000;" parent="1" vertex="1">
                    <mxGeometry x="162.37" y="890" width="220" height="20" as="geometry"/>
                </mxCell>
                <mxCell id="847" value="RESERVED&lt;div&gt;(SD Card)&lt;/div&gt;" style="text;html=1;strokeColor=#000000;fillColor=none;align=center;verticalAlign=middle;whiteSpace=wrap;rounded=0;fontColor=#000000;rotation=-90;" parent="1" vertex="1">
                    <mxGeometry x="80.09" y="349.53" width="100.3" height="39.37" as="geometry"/>
                </mxCell>
                <mxCell id="849" value="RESERVED&lt;div&gt;(SD Card)&lt;/div&gt;" style="text;html=1;strokeColor=#000000;fillColor=none;align=center;verticalAlign=middle;whiteSpace=wrap;rounded=0;fontColor=#000000;" parent="1" vertex="1">
                    <mxGeometry x="80" y="509.37" width="70.66" height="40" as="geometry"/>
                </mxCell>
                <mxCell id="853" value="" style="group" parent="1" vertex="1" connectable="0">
                    <mxGeometry x="341.15000000000003" y="279.37" width="41.21999999999997" height="20" as="geometry"/>
                </mxCell>
                <mxCell id="202" value="NC" style="text;html=1;strokeColor=#B7B7B7;fillColor=none;align=center;verticalAlign=middle;whiteSpace=wrap;rounded=0;fontColor=#B7B7B7;" parent="853" vertex="1">
                    <mxGeometry x="10.919999999999959" width="30.3" height="20" as="geometry"/>
                </mxCell>
                <mxCell id="203" value="" style="line;strokeWidth=2;html=1;strokeColor=#B7B7B7;fontColor=#000000;" parent="853" vertex="1">
                    <mxGeometry y="4.3700000000000045" width="10" height="10" as="geometry"/>
                </mxCell>
                <mxCell id="854" value="" style="group" parent="1" vertex="1" connectable="0">
                    <mxGeometry x="340.00000000000006" y="180" width="41.21999999999997" height="20" as="geometry"/>
                </mxCell>
                <mxCell id="855" value="NC" style="text;html=1;strokeColor=#B7B7B7;fillColor=none;align=center;verticalAlign=middle;whiteSpace=wrap;rounded=0;fontColor=#B7B7B7;" parent="854" vertex="1">
                    <mxGeometry x="10.919999999999959" width="30.3" height="20" as="geometry"/>
                </mxCell>
                <mxCell id="856" value="" style="line;strokeWidth=2;html=1;strokeColor=#B7B7B7;fontColor=#000000;" parent="854" vertex="1">
                    <mxGeometry y="4.3700000000000045" width="10" height="10" as="geometry"/>
                </mxCell>
                <mxCell id="858" value="LP perhpials only support&lt;div&gt;&lt;font style=&quot;color: light-dark(rgb(0, 0, 0), rgb(255, 255, 255));&quot;&gt;GPIO0-6&lt;/font&gt;&lt;/div&gt;" style="shape=note;size=20;whiteSpace=wrap;html=1;strokeColor=#000000;fontColor=#000000;fillColor=none;align=left;" parent="1" vertex="1">
                    <mxGeometry x="159.32" y="910" width="180" height="40" as="geometry"/>
                </mxCell>
                <mxCell id="909" value="" style="group;fillColor=none;gradientColor=none;" parent="1" vertex="1" connectable="0">
                    <mxGeometry x="540" y="920" width="209.39" height="80" as="geometry"/>
                </mxCell>
                <mxCell id="892" value="&lt;span style=&quot;background-color: light-dark(rgb(255, 255, 255), rgb(0, 0, 0));&quot;&gt;&lt;font style=&quot;color: light-dark(rgb(0, 0, 0), rgb(255, 255, 255));&quot;&gt;Controls&lt;/font&gt;&lt;font style=&quot;color: light-dark(rgb(0, 0, 0), rgb(255, 255, 255));&quot;&gt; &lt;/font&gt;&lt;font style=&quot;color: light-dark(rgb(0, 0, 0), rgb(255, 255, 255));&quot;&gt;Box&lt;/font&gt;&lt;/span&gt;" style="shape=umlFrame;whiteSpace=wrap;html=1;width=89;height=20;boundedLbl=1;verticalAlign=middle;align=left;spacingLeft=5;fontColor=#000000;strokeColor=#000000;fillColor=light-dark(#000000,#000000);gradientColor=none;fillStyle=solid;movable=1;resizable=1;rotatable=1;deletable=1;editable=1;connectable=1;" parent="909" vertex="1">
                    <mxGeometry width="209.39" height="80" as="geometry"/>
                </mxCell>
                <mxCell id="908" value="" style="group" parent="909" vertex="1" connectable="0">
                    <mxGeometry x="9.389999999999986" y="30" width="190" height="40.940000000000055" as="geometry"/>
                </mxCell>
                <mxCell id="900" value="" style="line;strokeWidth=2;html=1;strokeColor=#000000;fontColor=#000000;" parent="908" vertex="1">
                    <mxGeometry x="40" y="15" width="10" height="10" as="geometry"/>
                </mxCell>
                <mxCell id="901" value="&lt;font style=&quot;color: light-dark(rgb(0, 0, 0), rgb(255, 255, 255));&quot;&gt;3V3_&lt;/font&gt;&lt;div&gt;&lt;font style=&quot;color: light-dark(rgb(0, 0, 0), rgb(255, 255, 255));&quot;&gt;BuckBoost_&lt;/font&gt;&lt;/div&gt;&lt;div&gt;&lt;font style=&quot;color: light-dark(rgb(0, 0, 0), rgb(255, 255, 255));&quot;&gt;Out&lt;/font&gt;&lt;/div&gt;" style="text;html=1;strokeColor=#000000;fillColor=none;align=center;verticalAlign=middle;whiteSpace=wrap;rounded=0;fontColor=#000000;rotation=0;" parent="908" vertex="1">
                    <mxGeometry x="118.77999999999997" width="71.22" height="40.94" as="geometry"/>
                </mxCell>
                <mxCell id="903" value="" style="line;strokeWidth=2;html=1;strokeColor=#000000;fontColor=#000000;" parent="908" vertex="1">
                    <mxGeometry x="108.77999999999997" y="15.309999999999945" width="10" height="10" as="geometry"/>
                </mxCell>
                <mxCell id="904" value="3V3" style="text;html=1;strokeColor=#000000;fillColor=none;align=center;verticalAlign=middle;whiteSpace=wrap;rounded=0;fontColor=#000000;rotation=0;" parent="908" vertex="1">
                    <mxGeometry y="10" width="40" height="20" as="geometry"/>
                </mxCell>
                <mxCell id="907" value="&lt;span style=&quot;text-align: left;&quot;&gt;&lt;font style=&quot;color: light-dark(rgb(0, 0, 0), rgb(255, 255, 255));&quot;&gt;2 Position Header&lt;/font&gt;&lt;/span&gt;" style="text;html=1;strokeColor=#000000;fillColor=none;align=center;verticalAlign=middle;whiteSpace=wrap;rounded=0;fontColor=#000000;rotation=0;" parent="908" vertex="1">
                    <mxGeometry x="50" width="58.78" height="40.94" as="geometry"/>
                </mxCell>
                <mxCell id="910" value="NC" style="text;html=1;strokeColor=#B7B7B7;fillColor=none;align=center;verticalAlign=middle;whiteSpace=wrap;rounded=0;fontColor=#B7B7B7;" parent="1" vertex="1">
                    <mxGeometry x="160.54000000000002" y="560" width="30.3" height="20" as="geometry"/>
                </mxCell>
                <mxCell id="911" value="NC" style="text;html=1;strokeColor=#B7B7B7;fillColor=none;align=center;verticalAlign=middle;whiteSpace=wrap;rounded=0;fontColor=#B7B7B7;" parent="1" vertex="1">
                    <mxGeometry x="160.54" y="640" width="29.46" height="20" as="geometry"/>
                </mxCell>
                <mxCell id="914" value="26_D3*" style="text;html=1;strokeColor=#000000;fillColor=none;align=center;verticalAlign=middle;whiteSpace=wrap;rounded=0;fontColor=#000000;" parent="1" vertex="1">
                    <mxGeometry x="160.23" y="680" width="50" height="20" as="geometry"/>
                </mxCell>
                <mxCell id="916" value="" style="group" parent="1" vertex="1" connectable="0">
                    <mxGeometry x="382.37" y="690" width="95" height="110.63" as="geometry"/>
                </mxCell>
                <mxCell id="925" value="" style="group" parent="916" vertex="1" connectable="0">
                    <mxGeometry y="20.629999999999995" width="52.78" height="90" as="geometry"/>
                </mxCell>
                <mxCell id="918" value="" style="rounded=0;whiteSpace=wrap;html=1;fillColor=none;strokeColor=#000000;fontColor=#000000;container=0;" parent="925" vertex="1">
                    <mxGeometry width="52.78" height="70" as="geometry"/>
                </mxCell>
                <mxCell id="919" value="SCL" style="text;html=1;strokeColor=#000000;fillColor=none;align=center;verticalAlign=middle;whiteSpace=wrap;rounded=0;fontColor=#000000;container=0;" parent="925" vertex="1">
                    <mxGeometry y="50" width="42.22222222222222" height="20" as="geometry"/>
                </mxCell>
                <mxCell id="917" value="I2C Bus" style="text;html=1;strokeColor=none;fillColor=none;align=left;verticalAlign=middle;whiteSpace=wrap;rounded=0;fontColor=#000000;container=0;" parent="925" vertex="1">
                    <mxGeometry y="70" width="52.77777777777778" height="20" as="geometry"/>
                </mxCell>
                <mxCell id="920" value="SDA" style="text;html=1;strokeColor=#000000;fillColor=none;align=center;verticalAlign=middle;whiteSpace=wrap;rounded=0;fontColor=#000000;container=0;" parent="925" vertex="1">
                    <mxGeometry y="-3.552713678800501e-15" width="42.22222222222222" height="20" as="geometry"/>
                </mxCell>
                <mxCell id="922" value="" style="line;strokeWidth=2;html=1;strokeColor=#000000;fontColor=#000000;" parent="1" vertex="1">
                    <mxGeometry x="342.37" y="724.9999999999999" width="40" height="10" as="geometry"/>
                </mxCell>
                <mxCell id="923" value="" style="line;strokeWidth=2;html=1;strokeColor=#000000;fontColor=#000000;" parent="1" vertex="1">
                    <mxGeometry x="342.37" y="765" width="40" height="10" as="geometry"/>
                </mxCell>
                <mxCell id="926" value="3V3_C" style="text;html=1;strokeColor=#000000;fillColor=none;align=center;verticalAlign=middle;whiteSpace=wrap;rounded=0;fontColor=#000000;" parent="1" vertex="1">
                    <mxGeometry x="300" y="320" width="40.61" height="20" as="geometry"/>
                </mxCell>
                <mxCell id="931" value="" style="group" parent="1" vertex="1" connectable="0">
                    <mxGeometry x="380.54" y="379.21" width="52.78" height="81.42000000000002" as="geometry"/>
                </mxCell>
                <mxCell id="759" value="I2C Bus" style="text;html=1;strokeColor=none;fillColor=none;align=left;verticalAlign=middle;whiteSpace=wrap;rounded=0;fontColor=#000000;container=0;" parent="931" vertex="1">
                    <mxGeometry width="50" height="20" as="geometry"/>
                </mxCell>
                <mxCell id="760" value="" style="rounded=0;whiteSpace=wrap;html=1;fillColor=none;strokeColor=#000000;fontColor=#000000;container=0;" parent="931" vertex="1">
                    <mxGeometry y="20.79" width="50" height="60" as="geometry"/>
                </mxCell>
                <mxCell id="761" value="SCL" style="text;html=1;strokeColor=#000000;fillColor=none;align=center;verticalAlign=middle;whiteSpace=wrap;rounded=0;fontColor=#000000;container=0;" parent="931" vertex="1">
                    <mxGeometry y="21.420000000000016" width="39.46" height="20" as="geometry"/>
                </mxCell>
                <mxCell id="762" value="SDA" style="text;html=1;strokeColor=#000000;fillColor=none;align=center;verticalAlign=middle;whiteSpace=wrap;rounded=0;fontColor=#000000;container=0;" parent="931" vertex="1">
                    <mxGeometry y="61.420000000000016" width="39.46" height="20" as="geometry"/>
                </mxCell>
                <mxCell id="940" value="" style="group" parent="1" vertex="1" connectable="0">
-                     <mxGeometry x="340" y="540" width="180" height="88.75" as="geometry"/>
+                     <mxGeometry x="340" y="540" width="200.25" height="88.75" as="geometry"/>
                </mxCell>
                <mxCell id="326" value="" style="rounded=0;whiteSpace=wrap;html=1;fillColor=none;strokeColor=#000000;fontColor=#000000;" parent="940" vertex="1">
                    <mxGeometry x="20" y="20" width="110" height="60" as="geometry"/>
                </mxCell>
                <mxCell id="329" value="PWM" style="text;html=1;strokeColor=#000000;fillColor=none;align=center;verticalAlign=middle;whiteSpace=wrap;rounded=0;fontColor=#000000;" parent="940" vertex="1">
                    <mxGeometry x="20" y="20" width="40" height="22.5" as="geometry"/>
                </mxCell>
                <mxCell id="335" value="VDD" style="text;html=1;strokeColor=#000000;fillColor=none;align=center;verticalAlign=middle;whiteSpace=wrap;rounded=0;fontColor=#000000;" parent="940" vertex="1">
                    <mxGeometry x="90.00000000000006" y="20" width="40" height="20" as="geometry"/>
                </mxCell>
                <mxCell id="336" value="GND" style="text;html=1;strokeColor=#000000;fillColor=none;align=center;verticalAlign=middle;whiteSpace=wrap;rounded=0;fontColor=#000000;" parent="940" vertex="1">
                    <mxGeometry x="90.00000000000006" y="60" width="40" height="20" as="geometry"/>
                </mxCell>
                <mxCell id="458" value="" style="line;strokeWidth=2;html=1;strokeColor=#000000;fontColor=#000000;" parent="940" vertex="1">
-                     <mxGeometry x="130.00000000000006" y="25" width="10" height="10" as="geometry"/>
+                     <mxGeometry x="130" y="25" width="30" height="10" as="geometry"/>
                </mxCell>
                <mxCell id="461" value="" style="line;strokeWidth=2;html=1;strokeColor=#000000;fontColor=#000000;" parent="940" vertex="1">
-                     <mxGeometry x="130.00000000000006" y="63.75" width="10" height="10" as="geometry"/>
+                     <mxGeometry x="130" y="63.75" width="30" height="10" as="geometry"/>
                </mxCell>
                <mxCell id="499" value="" style="line;strokeWidth=2;html=1;strokeColor=#000000;fontColor=#000000;" parent="940" vertex="1">
                    <mxGeometry y="65" width="20" height="10" as="geometry"/>
                </mxCell>
                <mxCell id="500" value="" style="line;strokeWidth=2;html=1;strokeColor=#000000;fontColor=#000000;" parent="940" vertex="1">
                    <mxGeometry y="25" width="20" height="10" as="geometry"/>
                </mxCell>
-                 <mxCell id="460" value="GND" style="text;html=1;strokeColor=#000000;fillColor=none;align=center;verticalAlign=middle;whiteSpace=wrap;rounded=0;fontColor=#000000;rotation=-90;" parent="940" vertex="1">
-                     <mxGeometry x="129.99999999999994" y="58.75" width="40" height="20" as="geometry"/>
+                 <mxCell id="460" value="GND" style="text;html=1;strokeColor=#000000;fillColor=none;align=center;verticalAlign=middle;whiteSpace=wrap;rounded=0;fontColor=#000000;rotation=0;" parent="940" vertex="1">
+                     <mxGeometry x="160.24999999999994" y="58.75" width="40" height="20" as="geometry"/>
                </mxCell>
                <mxCell id="328" value="PosFB_V" style="text;html=1;strokeColor=#000000;fillColor=none;align=center;verticalAlign=middle;whiteSpace=wrap;rounded=0;fontColor=#000000;" parent="940" vertex="1">
                    <mxGeometry x="20" y="60" width="60" height="20" as="geometry"/>
                </mxCell>
                <mxCell id="340" value="7VDC" style="text;html=1;strokeColor=#000000;fillColor=none;align=center;verticalAlign=middle;whiteSpace=wrap;rounded=0;fontColor=#000000;rotation=0;" parent="940" vertex="1">
-                     <mxGeometry x="140" y="20" width="40" height="20" as="geometry"/>
+                     <mxGeometry x="160.25" y="21.25" width="40" height="20" as="geometry"/>
+                 </mxCell>
+                 <mxCell id="958" value="C" style="pointerEvents=1;verticalLabelPosition=bottom;shadow=0;dashed=0;align=center;html=1;verticalAlign=top;shape=mxgraph.electrical.capacitors.capacitor_1;rotation=-90;" vertex="1" parent="940">
+                     <mxGeometry x="124.94" y="38.370000000000005" width="40.12" height="21.63" as="geometry"/>
                </mxCell>
                <mxCell id="942" value="RESERVED&lt;div&gt;(Reset)&lt;/div&gt;" style="text;html=1;strokeColor=#000000;fillColor=none;align=center;verticalAlign=middle;whiteSpace=wrap;rounded=0;fontColor=#000000;" parent="1" vertex="1">
                    <mxGeometry x="80.43" y="120" width="70.23" height="30" as="geometry"/>
                </mxCell>
                <mxCell id="944" value="&lt;span style=&quot;&quot;&gt;&lt;font style=&quot;color: light-dark(rgb(0, 0, 0), rgb(255, 255, 255));&quot;&gt;Needs Testing&lt;/font&gt;&lt;/span&gt;" style="shape=note;size=20;whiteSpace=wrap;html=1;strokeColor=#000000;fontColor=#000000;fillColor=none;align=left;" parent="1" vertex="1">
                    <mxGeometry x="350" y="319.21" width="100" height="20.79" as="geometry"/>
                </mxCell>
                <mxCell id="946" value="RESERVED&lt;div&gt;(Fiber/UART)&lt;/div&gt;" style="text;html=1;strokeColor=#000000;fillColor=none;align=center;verticalAlign=middle;whiteSpace=wrap;rounded=0;fontColor=#000000;rotation=0;" parent="1" vertex="1">
                    <mxGeometry x="80" y="760" width="69.93" height="60" as="geometry"/>
                </mxCell>
                <mxCell id="950" value="RESERVED&lt;div&gt;(LP Fiber/UARG)&lt;/div&gt;" style="text;html=1;strokeColor=#000000;fillColor=none;align=center;verticalAlign=middle;whiteSpace=wrap;rounded=0;fontColor=#000000;rotation=90;" parent="1" vertex="1">
                    <mxGeometry x="334.67" y="484.62" width="80.07" height="48.62" as="geometry"/>
                </mxCell>
                <mxCell id="327" value="Actuator Header" style="text;html=1;strokeColor=none;fillColor=none;align=left;verticalAlign=middle;whiteSpace=wrap;rounded=0;fontColor=#000000;" parent="1" vertex="1">
                    <mxGeometry x="360" y="620" width="110" height="20" as="geometry"/>
                </mxCell>
                <mxCell id="954" value="RESERVED&lt;div&gt;(JTAG)&lt;/div&gt;" style="text;html=1;strokeColor=#000000;fillColor=none;align=center;verticalAlign=middle;whiteSpace=wrap;rounded=0;fontColor=#000000;rotation=90;" parent="1" vertex="1">
-                     <mxGeometry x="472.65" y="530.59" width="160" height="39.37" as="geometry"/>
-                 </mxCell>
-                 <mxCell id="956" value="&lt;font style=&quot;color: light-dark(rgb(0, 0, 0), rgb(255, 255, 255));&quot;&gt;2x22uF&lt;/font&gt;&lt;div&gt;&lt;font style=&quot;color: light-dark(rgb(0, 0, 0), rgb(255, 255, 255));&quot;&gt;(&amp;lt;= 0603),&lt;/font&gt;&lt;br&gt;&lt;/div&gt;&lt;div&gt;&lt;font style=&quot;color: light-dark(rgb(0, 0, 0), rgb(255, 255, 255));&quot;&gt;+ 1x1uF&lt;/font&gt;&lt;/div&gt;&lt;div&gt;&lt;font style=&quot;color: light-dark(rgb(0, 0, 0), rgb(255, 255, 255));&quot;&gt;(&amp;lt;= 0402)&lt;/font&gt;&lt;/div&gt;" style="pointerEvents=1;verticalLabelPosition=bottom;shadow=0;dashed=0;align=center;html=1;verticalAlign=top;shape=mxgraph.electrical.capacitors.capacitor_1;rotation=-90;" parent="1" vertex="1">
+                     <mxGeometry x="490" y="530" width="160" height="39.37" as="geometry"/>
+                 </mxCell>
+                 <mxCell id="956" value="C" style="pointerEvents=1;verticalLabelPosition=bottom;shadow=0;dashed=0;align=center;html=1;verticalAlign=top;shape=mxgraph.electrical.capacitors.capacitor_1;rotation=-90;" parent="1" vertex="1">
                    <mxGeometry x="105.02000000000001" y="209.18" width="80.5" height="21.63" as="geometry"/>
                </mxCell>
                <mxCell id="957" value="&lt;span style=&quot;text-align: center; text-wrap-mode: nowrap;&quot;&gt;&lt;font style=&quot;color: light-dark(rgb(0, 0, 0), rgb(255, 255, 255));&quot;&gt;47-57 μF&lt;/font&gt;&lt;/span&gt;&lt;div&gt;&lt;span style=&quot;text-align: center; text-wrap-mode: nowrap; color: rgb(255, 255, 255);&quot;&gt;&lt;font style=&quot;color: light-dark(rgb(0, 0, 0), rgb(255, 255, 255));&quot;&gt;bypassed&lt;/font&gt;&lt;/span&gt;&lt;/div&gt;" style="shape=note;size=20;whiteSpace=wrap;html=1;strokeColor=#000000;fontColor=#000000;fillColor=none;align=left;" parent="1" vertex="1">
                    <mxGeometry x="30" y="199.99" width="70" height="40" as="geometry"/>
+                 </mxCell>
+                 <mxCell id="964" value="&lt;font style=&quot;color: light-dark(rgb(0, 0, 0), rgb(255, 255, 255));&quot;&gt;C:&lt;/font&gt;&lt;div&gt;&lt;font style=&quot;color: light-dark(rgb(0, 0, 0), rgb(255, 255, 255));&quot;&gt;2x22uF (&amp;lt;= 0603) +&lt;/font&gt;&lt;/div&gt;&lt;div&gt;&lt;font style=&quot;color: light-dark(rgb(0, 0, 0), rgb(255, 255, 255));&quot;&gt;2x1uF (&amp;lt;- 0402)&lt;/font&gt;&lt;/div&gt;" style="shape=note;size=20;whiteSpace=wrap;html=1;fillColor=none;" vertex="1" parent="1">
+                     <mxGeometry x="400" y="129.37" width="110" height="60" as="geometry"/>
                </mxCell>
            </root>
        </mxGraphModel>
    </diagram>
</mxfile>